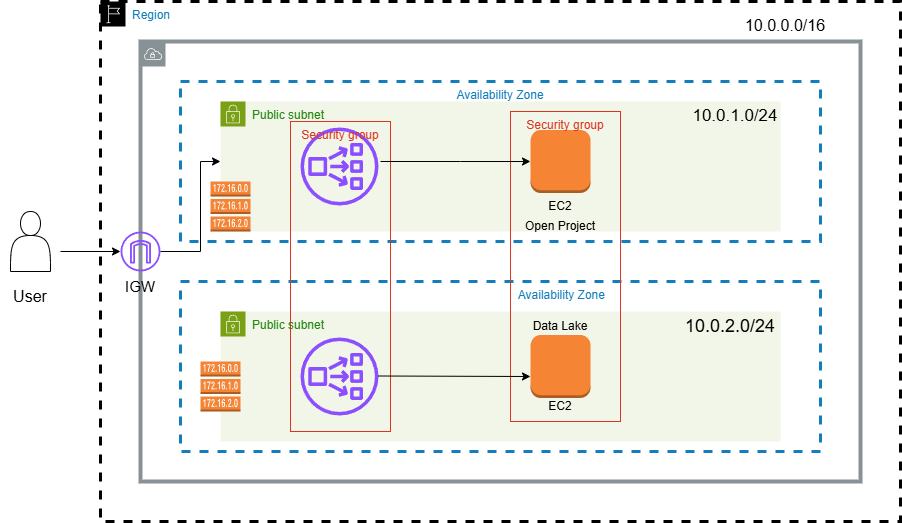
Before: UC3 & UC4.drawio.png, a diagram exported from draw.io (Mohammed878-creator/UC-Architecture). Source tidied: cells renumbered, new cells last; positions are measured from the earlier drawing's top-left corner, leaving out a move shared by most shapes.
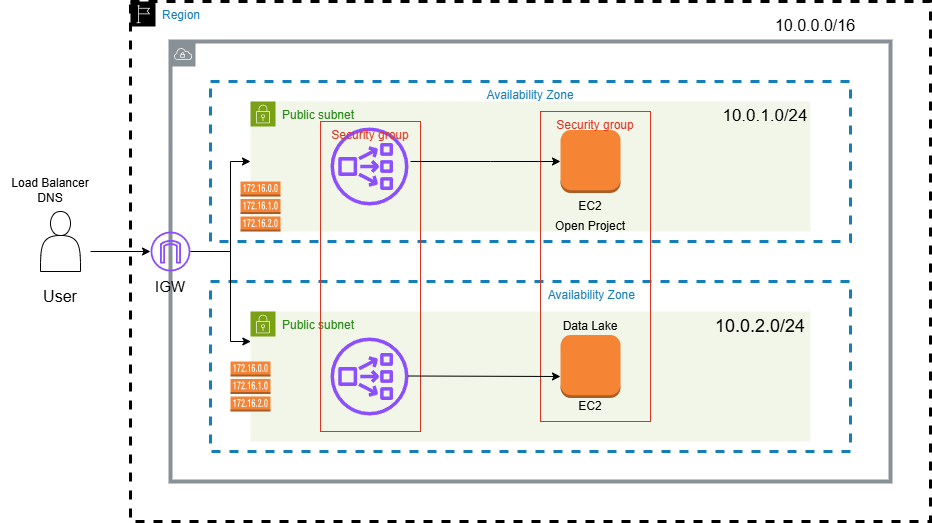
After the change.

Change to the diagram source:
```diff
@@ -115,5 +115,16 @@
     <mxCell id="32" value="Data Lake" style="text;html=1;align=center;verticalAlign=middle;whiteSpace=wrap;rounded=0;" parent="1" vertex="1">
       <mxGeometry x="510" y="310" width="100" height="30" as="geometry" />
     </mxCell>
+    <mxCell id="33" value="Load Balancer DNS" style="text;html=1;align=center;verticalAlign=middle;whiteSpace=wrap;rounded=0;" parent="1" vertex="1">
+      <mxGeometry x="-30" y="174" width="100" height="30" as="geometry" />
+    </mxCell>
+    <mxCell id="34" style="endArrow=classic;html=1;rounded=0;entryX=0.063;entryY=0.353;entryDx=0;entryDy=0;entryPerimeter=0;" parent="1" edge="1" target="9">
+      <mxGeometry relative="1" as="geometry">
+        <mxPoint x="200" y="250" as="sourcePoint" />
+        <Array as="points">
+          <mxPoint x="200" y="340" />
+        </Array>
+      </mxGeometry>
+    </mxCell>
   </root>
 </mxGraphModel>
```
